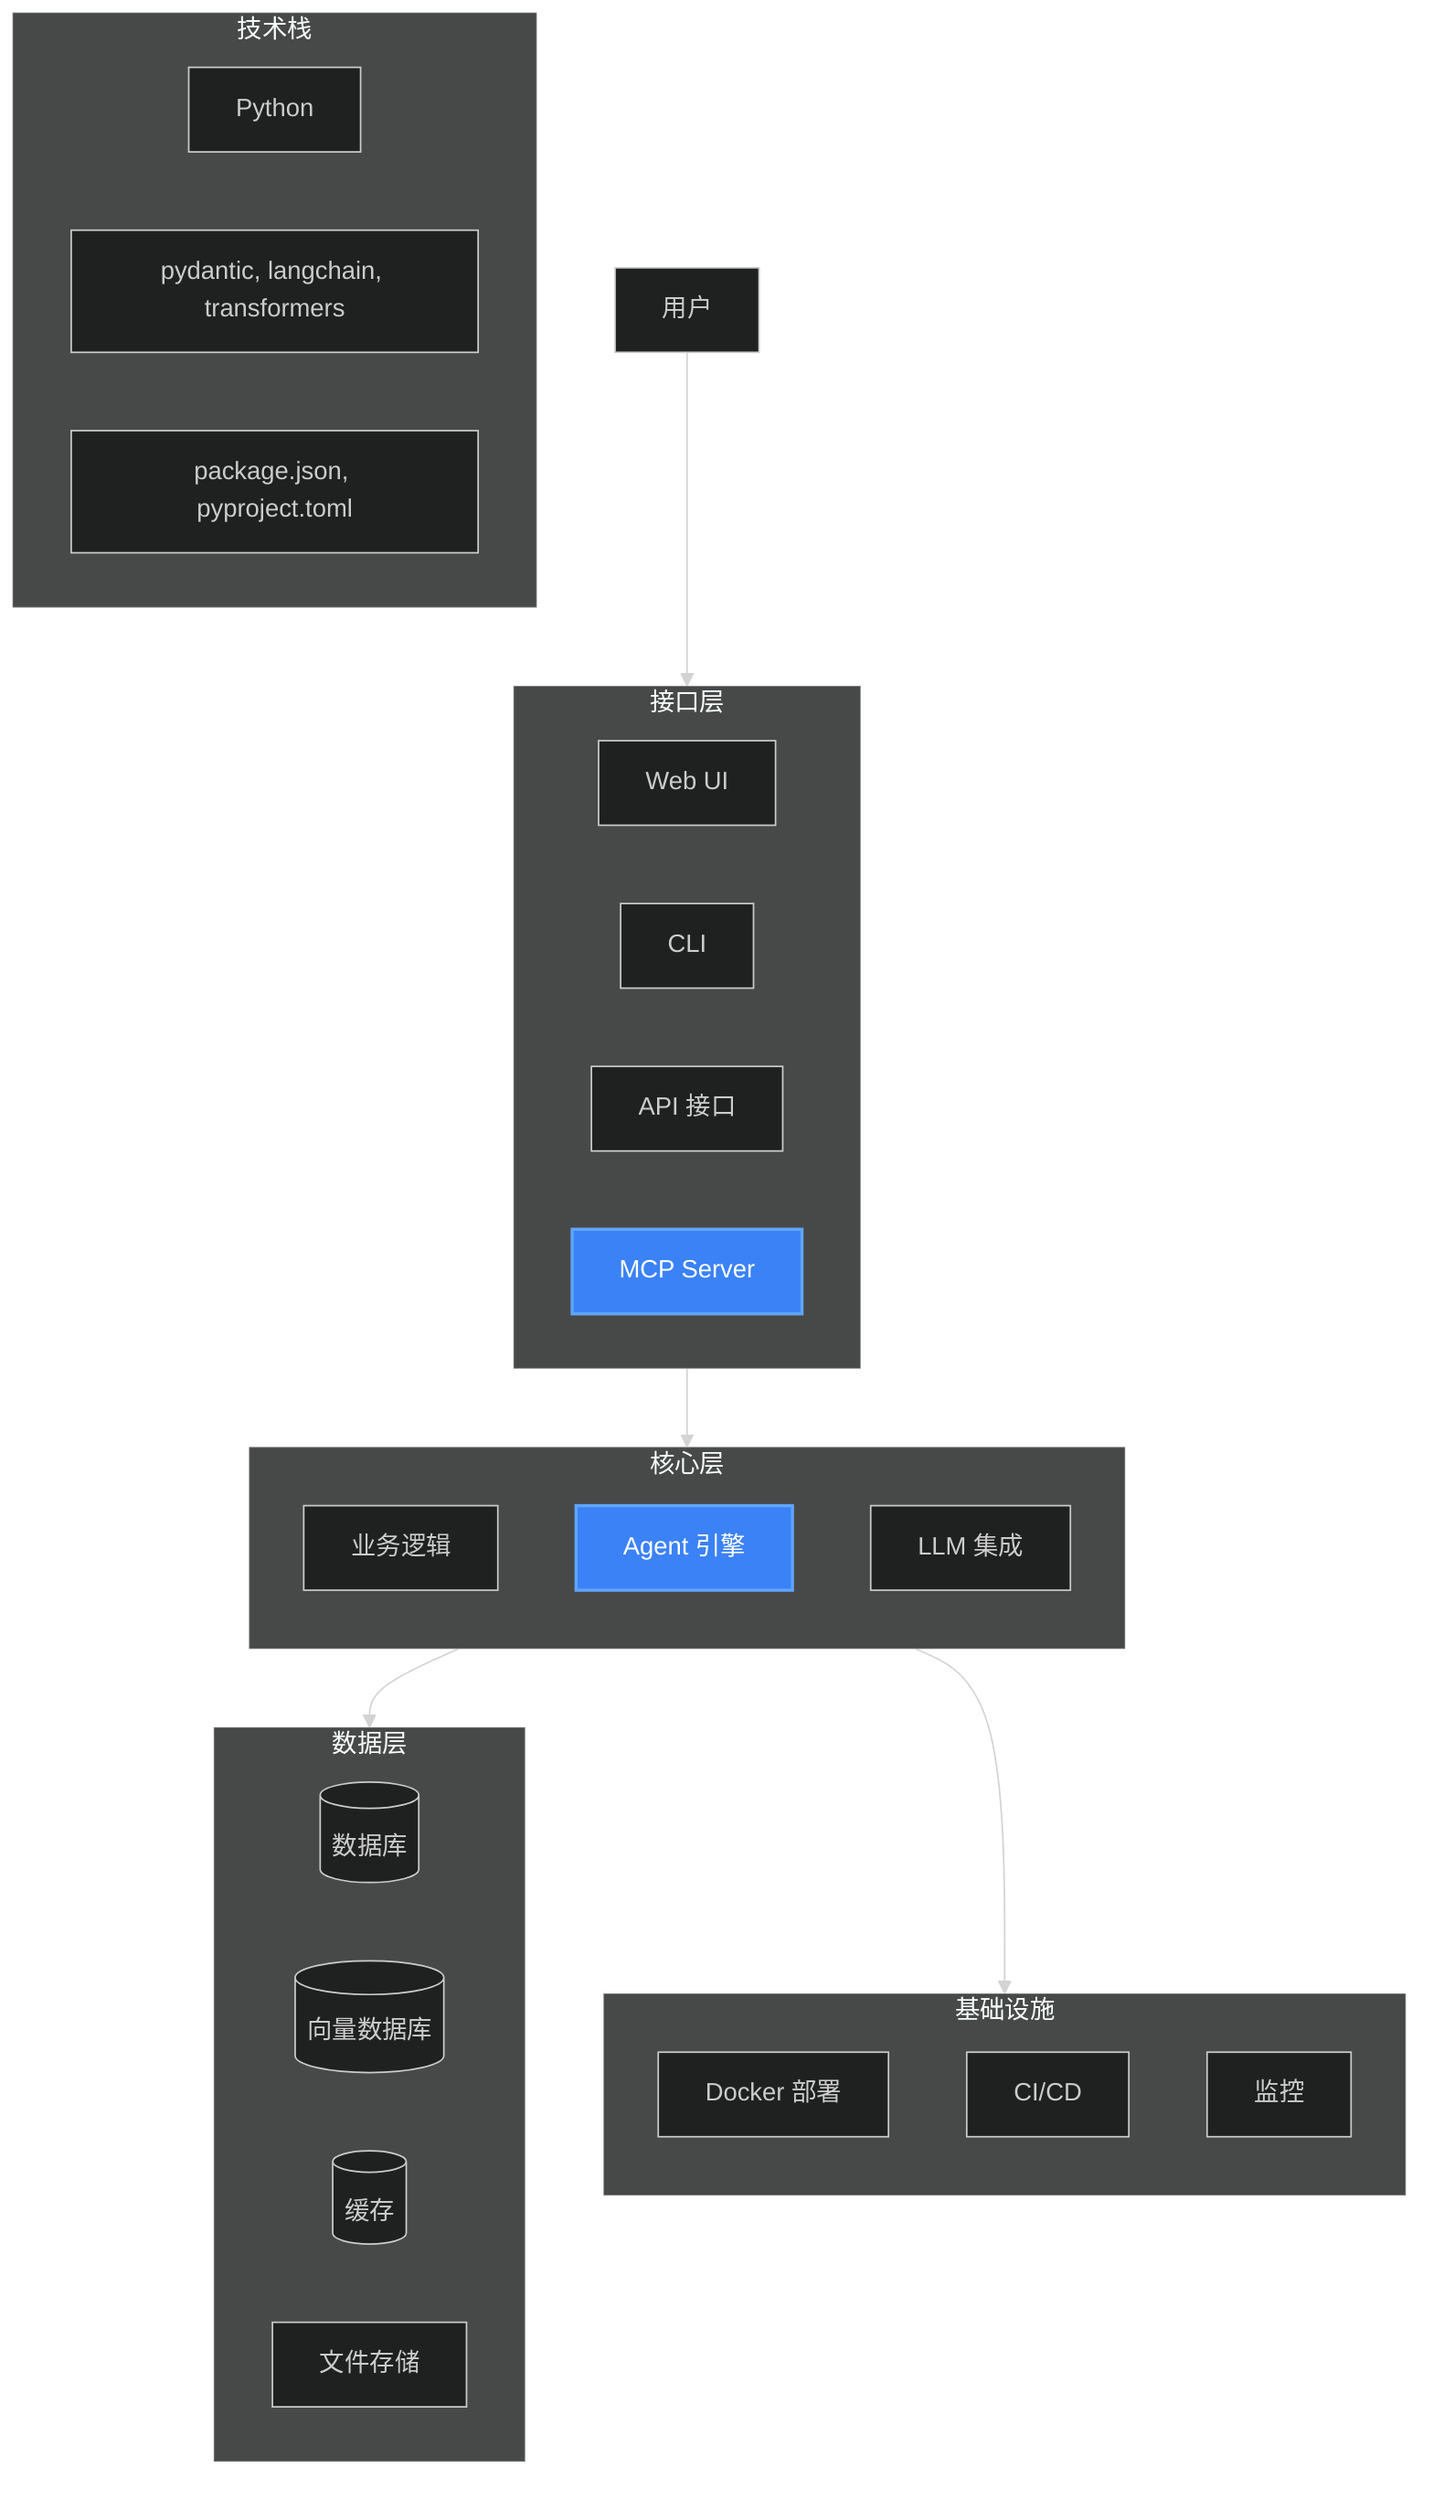
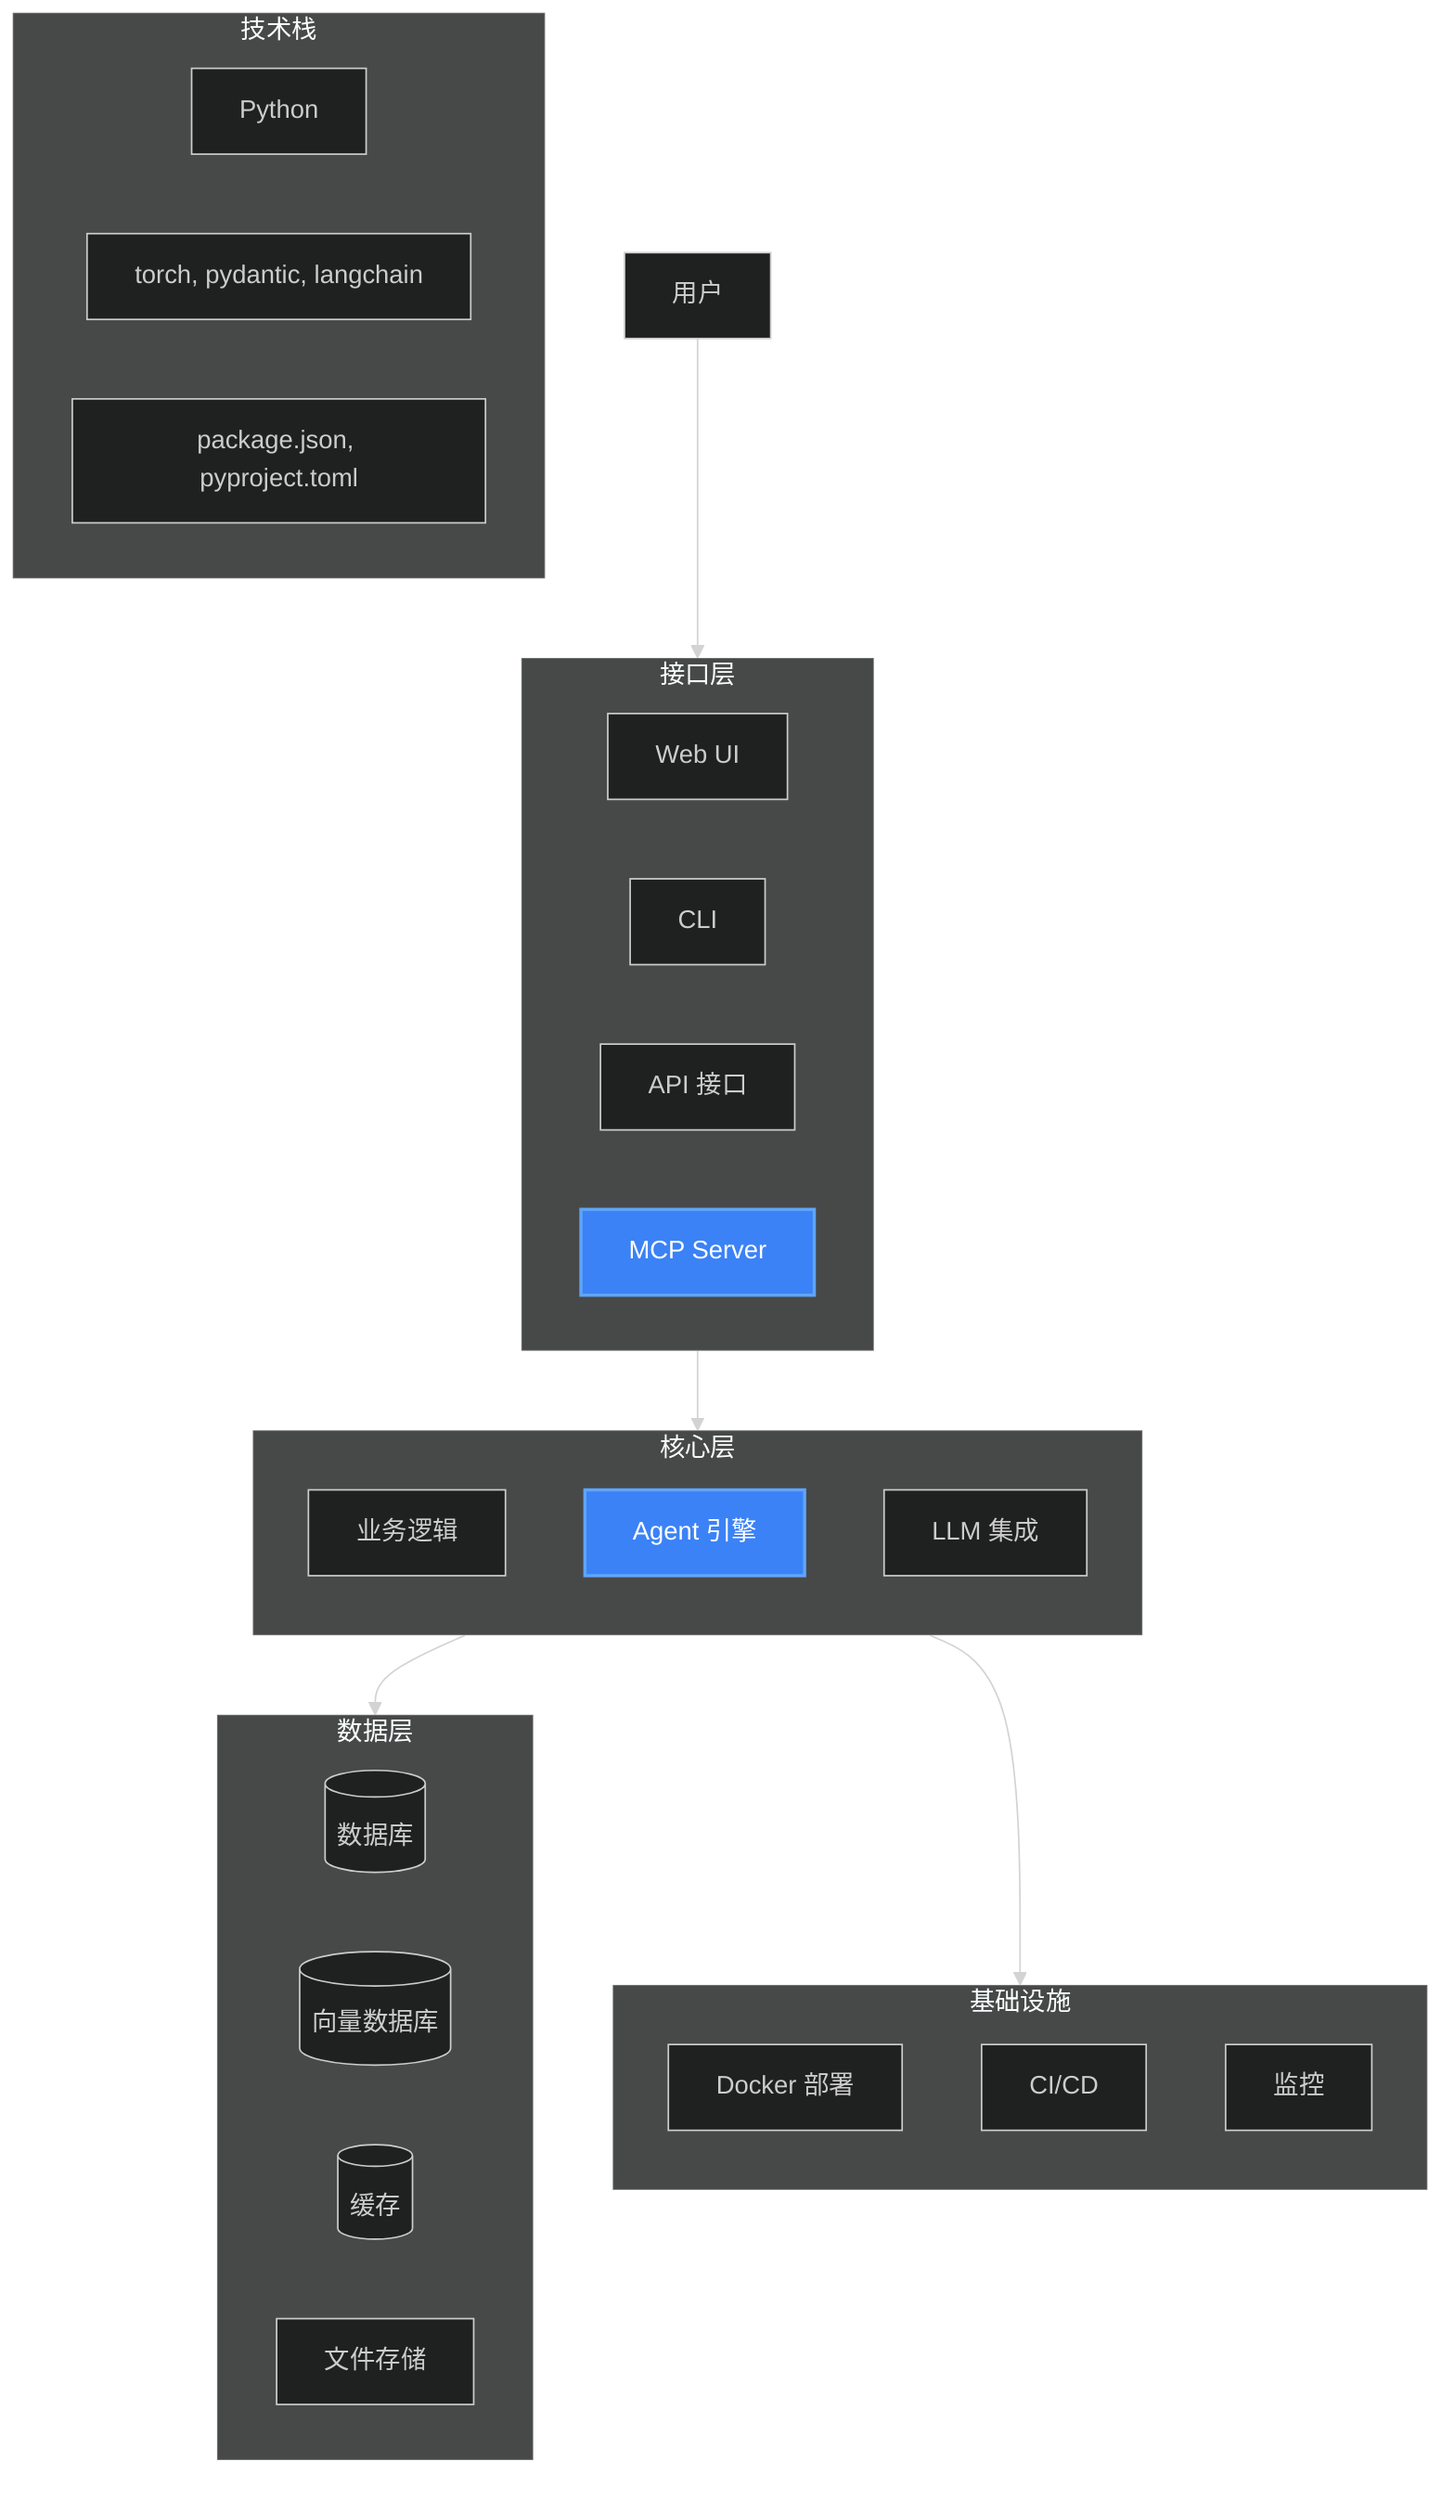
%%{init: {'theme': 'dark'}}%%
graph TB
    User[用户] --> Interface[接口层]

    subgraph Interface[接口层]
        direction LR
        WebUI[Web UI]
        CLI[CLI]
        API[API 接口]
        MCP[MCP Server]:::highlight
    end

    subgraph Core[核心层]
        direction TB
        Business[业务逻辑]
        AgentEngine[Agent 引擎]:::highlight
        LLM[LLM 集成]
    end

    subgraph Data[数据层]
        direction LR
        Database[(数据库)]
        VectorDB[(向量数据库)]
        Cache[(缓存)]
        Files[文件存储]
    end

    subgraph Infra[基础设施]
        direction TB
        Docker[Docker 部署]
        CI/CD[CI/CD]
        Monitoring[监控]
    end

    Interface --> Core
    Core --> Data
    Core --> Infra

    classDef highlight fill:#3b82f6,stroke:#60a5fa,stroke-width:2px,color:white

    %% 技术栈信息
    subgraph TechStack[技术栈]
        direction LR
        Lang[Python]
-         FW[pydantic, langchain, transformers]
+         FW[torch, pydantic, langchain]
        Deps[package.json, pyproject.toml]
    end
